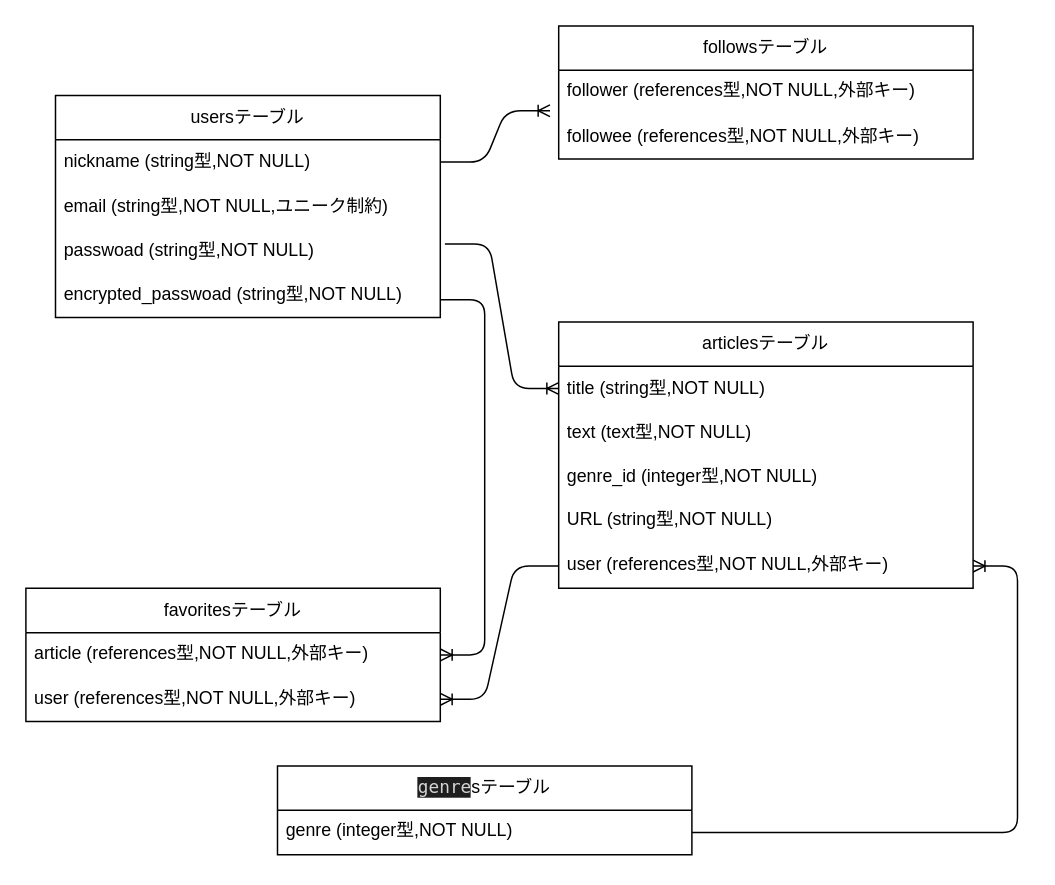
The draw.io diagram SHELF_DB設計.dio in koharayuki/SHELF, before the edit. Source tidied: cells renumbered, new cells numbered last; positions are measured from the earlier drawing's top-left corner, leaving out a move shared by most shapes. Both pictures are drawn from the tidied source at 148%, with x=0, y=0 at pixel (25, 25).
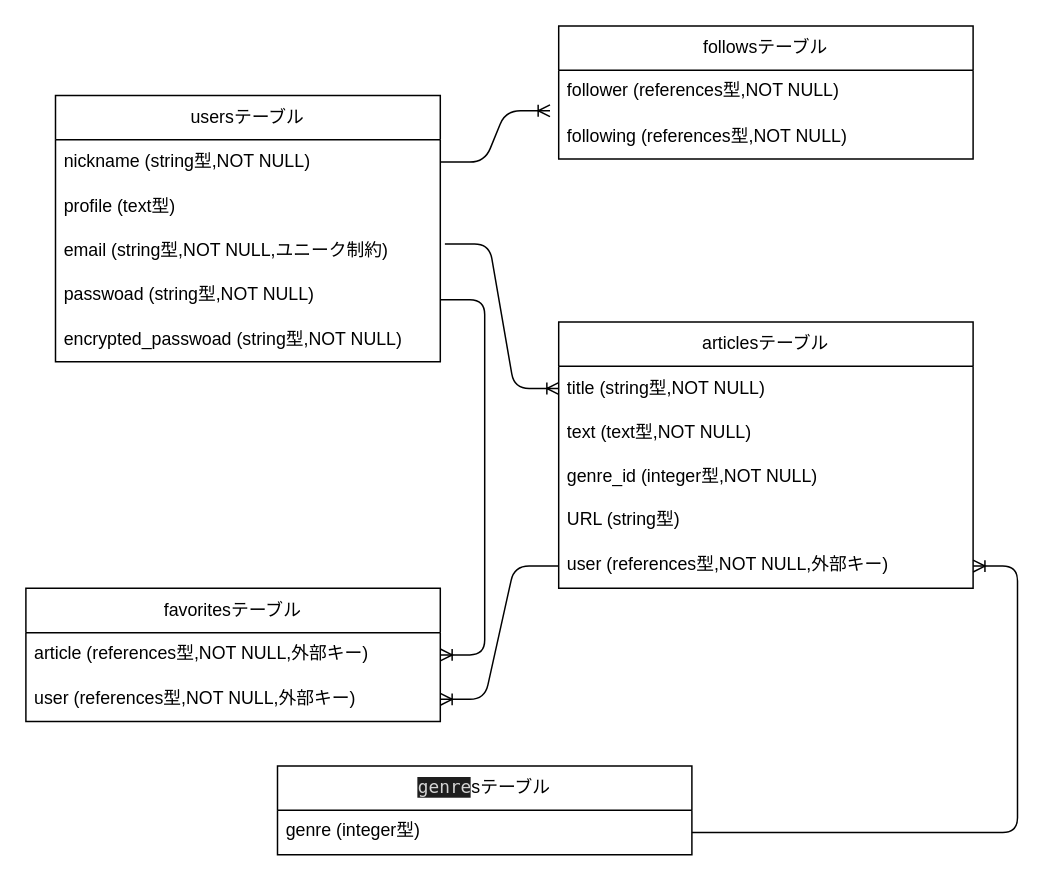
The same page after the edit.

Commit message (it also covers changes not shown here):
DB設計/画面遷移図/READMEの修正

・不要な記述を削除
・開発における変更点を修正
・READMEにアプリケーション概要を追記

The change refers to these unchanged cells:
```xml
<mxCell id="7" value="&lt;span style=&quot;background-color: rgb(30, 30, 30); color: rgb(212, 212, 212); font-family: Menlo, Monaco, &amp;quot;Courier New&amp;quot;, monospace;&quot;&gt;genre&lt;/span&gt;sテーブル" style="swimlane;fontStyle=0;horizontal=1;startSize=30;whiteSpace=wrap;html=1;" parent="1" vertex="1">
  <mxGeometry x="170" y="500" width="280" height="60" as="geometry" />
</mxCell>
<mxCell id="12" value="followsテーブル" style="swimlane;fontStyle=0;horizontal=1;startSize=30;whiteSpace=wrap;html=1;" parent="1" vertex="1">
  <mxGeometry x="360" width="280" height="90" as="geometry" />
</mxCell>
<mxCell id="15" value="articlesテーブル" style="swimlane;fontStyle=0;horizontal=1;startSize=30;whiteSpace=wrap;html=1;" parent="1" vertex="1">
  <mxGeometry x="360" y="200" width="280" height="180" as="geometry" />
</mxCell>
```

The edit, as a diff of the source:
```diff
@@
     <mxCell id="2" value="usersテーブル" style="swimlane;fontStyle=0;horizontal=1;startSize=30;whiteSpace=wrap;html=1;" parent="1" vertex="1">
-      <mxGeometry x="20" y="47" width="260" height="150" as="geometry" />
+      <mxGeometry x="20" y="47" width="260" height="180" as="geometry" />
     </mxCell>
@@
+    <mxCell id="26" value="profile (text型)" style="text;strokeColor=none;fillColor=none;align=left;verticalAlign=middle;spacingLeft=4;spacingRight=4;overflow=hidden;whiteSpace=wrap;html=1;" parent="2" vertex="1">
+      <mxGeometry y="60" width="260" height="30" as="geometry" />
+    </mxCell>
     <mxCell id="4" value="email (string型,NOT NULL,ユニーク制約)" style="text;strokeColor=none;fillColor=none;align=left;verticalAlign=middle;spacingLeft=4;spacingRight=4;overflow=hidden;whiteSpace=wrap;html=1;" parent="2" vertex="1">
-      <mxGeometry y="60" width="260" height="30" as="geometry" />
+      <mxGeometry y="90" width="260" height="30" as="geometry" />
     </mxCell>
     <mxCell id="5" value="passwoad (string型,NOT NULL)" style="text;strokeColor=none;fillColor=none;align=left;verticalAlign=middle;spacingLeft=4;spacingRight=4;overflow=hidden;whiteSpace=wrap;html=1;" parent="2" vertex="1">
-      <mxGeometry y="90" width="260" height="30" as="geometry" />
+      <mxGeometry y="120" width="260" height="30" as="geometry" />
     </mxCell>
     <mxCell id="6" value="encrypted_passwoad (string型,NOT NULL)" style="text;strokeColor=none;fillColor=none;align=left;verticalAlign=middle;spacingLeft=4;spacingRight=4;overflow=hidden;whiteSpace=wrap;html=1;" parent="2" vertex="1">
-      <mxGeometry y="120" width="260" height="30" as="geometry" />
+      <mxGeometry y="150" width="260" height="30" as="geometry" />
     </mxCell>
@@
-    <mxCell id="8" value="genre (integer型,NOT NULL)" style="text;strokeColor=none;fillColor=none;spacingLeft=4;spacingRight=4;overflow=hidden;points=[[0,0.5],[1,0.5]];portConstraint=eastwest;fontSize=12;" parent="7" vertex="1">
+    <mxCell id="8" value="genre (integer型)" style="text;strokeColor=none;fillColor=none;spacingLeft=4;spacingRight=4;overflow=hidden;points=[[0,0.5],[1,0.5]];portConstraint=eastwest;fontSize=12;" parent="7" vertex="1">
       <mxGeometry y="30" width="280" height="30" as="geometry" />
     </mxCell>
@@
-    <mxCell id="13" value="follower (references型,NOT NULL,外部キー)" style="text;strokeColor=none;fillColor=none;spacingLeft=4;spacingRight=4;overflow=hidden;fontSize=12;" parent="12" vertex="1">
+    <mxCell id="13" value="follower (references型,NOT NULL)" style="text;strokeColor=none;fillColor=none;spacingLeft=4;spacingRight=4;overflow=hidden;fontSize=12;" parent="12" vertex="1">
       <mxGeometry y="30" width="280" height="30" as="geometry" />
     </mxCell>
-    <mxCell id="14" value="followee (references型,NOT NULL,外部キー)" style="text;strokeColor=none;fillColor=none;align=left;verticalAlign=middle;spacingLeft=4;spacingRight=4;overflow=hidden;points=[[0,0.5],[1,0.5]];portConstraint=eastwest;whiteSpace=wrap;html=1;" parent="12" vertex="1">
+    <mxCell id="14" value="following (references型,NOT NULL)" style="text;strokeColor=none;fillColor=none;align=left;verticalAlign=middle;spacingLeft=4;spacingRight=4;overflow=hidden;points=[[0,0.5],[1,0.5]];portConstraint=eastwest;whiteSpace=wrap;html=1;" parent="12" vertex="1">
       <mxGeometry y="60" width="280" height="30" as="geometry" />
     </mxCell>
@@
-    <mxCell id="19" value="URL (string型,NOT NULL)" style="text;strokeColor=none;fillColor=none;spacingLeft=4;spacingRight=4;overflow=hidden;fontSize=12;" parent="15" vertex="1">
+    <mxCell id="19" value="URL (string型)" style="text;strokeColor=none;fillColor=none;spacingLeft=4;spacingRight=4;overflow=hidden;fontSize=12;" parent="15" vertex="1">
       <mxGeometry y="120" width="280" height="30" as="geometry" />
     </mxCell>
```
